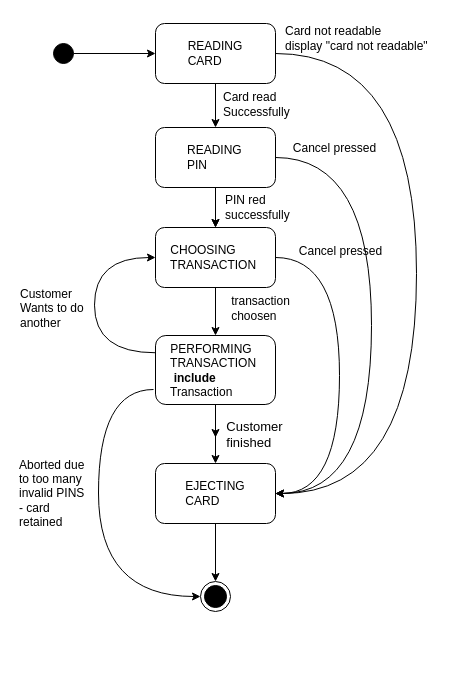
Nikunjdhakad/Draw.io keeps this draw.io diagram as Untitled Diagram.drawio. Above is the earlier version. Source tidied: cells renumbered, new cells numbered last; positions are measured from the earlier drawing's top-left corner, leaving out a move shared by most shapes. Both pictures are drawn from the tidied source at 100%, with x=0, y=0 at pixel (17, 17).
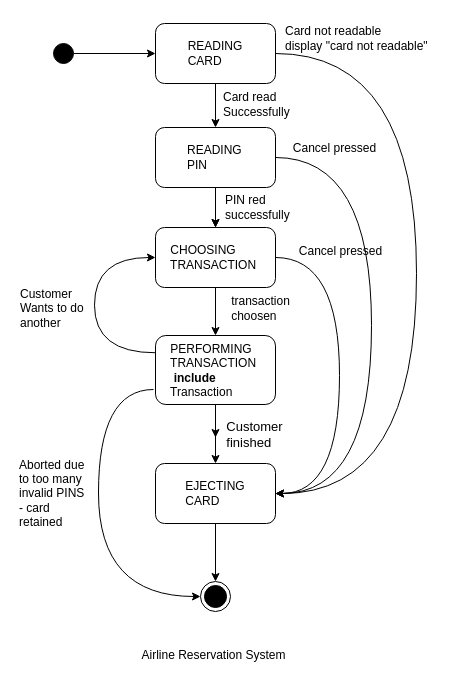
After the change.

Commit message:
Airline Reservation System final

Change to the diagram source:
```diff
@@
+    <mxCell id="31" value="&lt;font style=&quot;color: light-dark(rgb(0, 0, 0), rgb(128, 128, 128));&quot;&gt;Airline Reservation System&lt;/font&gt;" style="text;html=1;align=center;verticalAlign=middle;strokeColor=none;fillColor=none;" parent="1" vertex="1">
+      <mxGeometry x="115" y="625" width="162" height="26" as="geometry" />
+    </mxCell>
```
